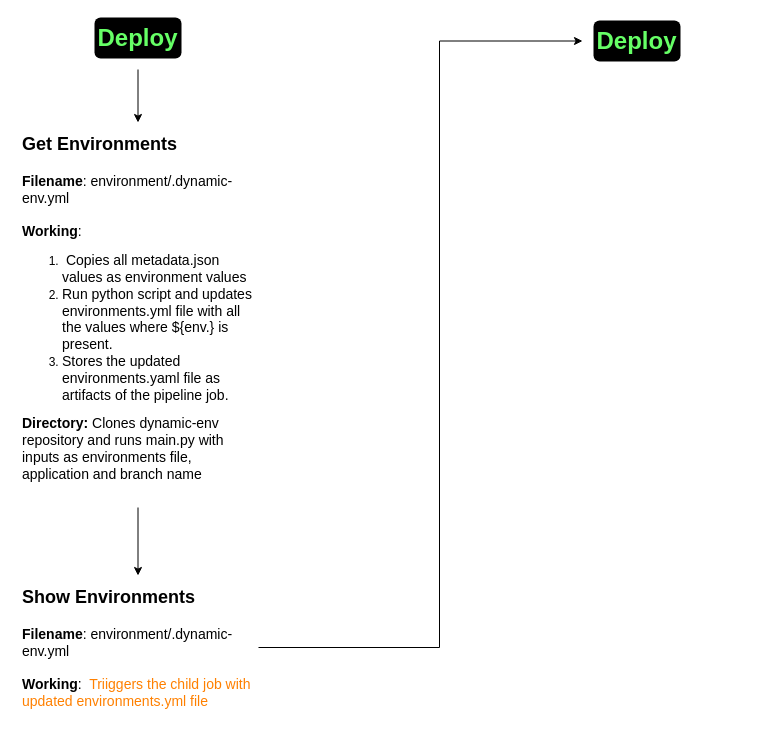
This is DeployCI.drawio from vishnu-chegondi/draw-repo, a draw.io file, before an edit. Source tidied: cells renumbered, new cells numbered last; positions are measured from the earlier drawing's top-left corner, leaving out a move shared by most shapes. Both pictures are drawn from the tidied source at 100%, with x=0, y=0 at pixel (17, 17).
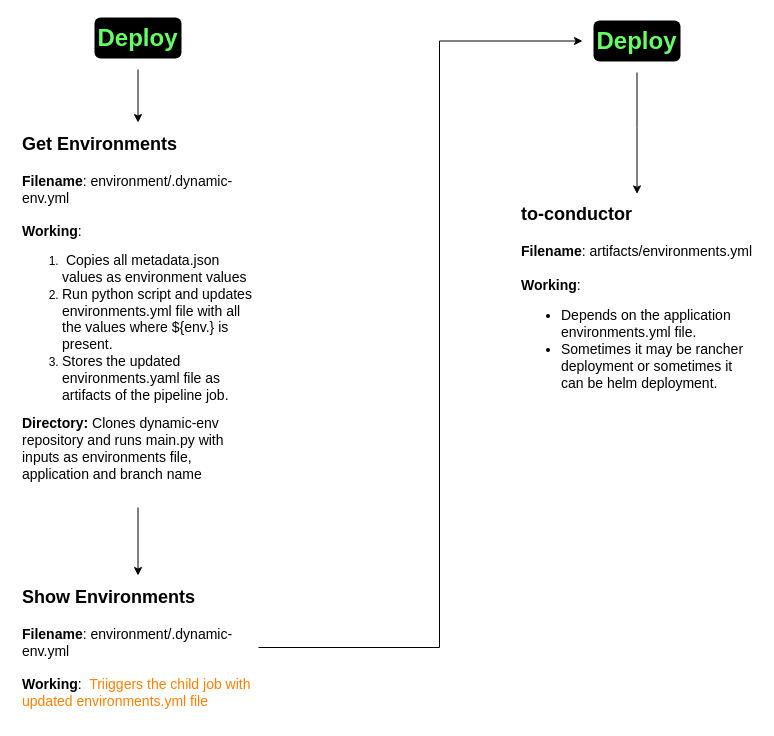
The same page after the edit.

Diff of the diagram source:
```diff
@@
 <mxGraphModel>
   <root>
     <mxCell id="0" />
     <mxCell id="1" parent="0" />
     <mxCell id="2" style="edgeStyle=orthogonalEdgeStyle;rounded=0;jettySize=auto;html=1;" parent="1" edge="1" source="3" target="5">
       <mxGeometry relative="1" as="geometry" />
     </mxCell>
     <mxCell id="3" value="&lt;font color=&quot;#66ff66&quot; style=&quot;font-size: 24px;&quot;&gt;&lt;b style=&quot;background-color: rgb(0, 0, 0);&quot;&gt;Deploy&lt;/b&gt;&lt;/font&gt;" style="text;html=1;strokeColor=none;fillColor=#000000;align=center;verticalAlign=middle;whiteSpace=wrap;rounded=1;perimeterSpacing=11;shadow=0;strokeWidth=1;dashed=1;" parent="1" vertex="1">
       <mxGeometry x="77" width="87" height="41" as="geometry" />
     </mxCell>
     <mxCell id="4" style="edgeStyle=orthogonalEdgeStyle;rounded=0;jettySize=auto;html=1;entryX=0.5;entryY=0;entryDx=0;entryDy=0;" parent="1" edge="1" source="5" target="7">
       <mxGeometry relative="1" as="geometry" />
     </mxCell>
     <mxCell id="5" value="&lt;h1&gt;&lt;span style=&quot;font-size: 18px;&quot;&gt;Get Environments&lt;/span&gt;&lt;/h1&gt;&lt;div&gt;&lt;font style=&quot;font-size: 14px;&quot;&gt;&lt;b&gt;Filename&lt;/b&gt;: environment/.dynamic-env.yml&lt;/font&gt;&lt;/div&gt;&lt;div&gt;&lt;b style=&quot;font-size: 14px; background-color: initial;&quot;&gt;&lt;br&gt;&lt;/b&gt;&lt;/div&gt;&lt;div&gt;&lt;b style=&quot;font-size: 14px; background-color: initial;&quot;&gt;Working&lt;/b&gt;&lt;span style=&quot;font-size: 14px; background-color: initial;&quot;&gt;:&lt;/span&gt;&lt;/div&gt;&lt;div&gt;&lt;ol&gt;&lt;li&gt;&lt;font style=&quot;font-size: 14px;&quot;&gt;&amp;nbsp;Copies all metadata.json values as environment values&lt;/font&gt;&lt;/li&gt;&lt;li&gt;&lt;font style=&quot;font-size: 14px;&quot;&gt;Run python script and updates environments.yml file with all the values where ${env.} is present.&lt;/font&gt;&lt;/li&gt;&lt;li&gt;&lt;font style=&quot;font-size: 14px;&quot;&gt;Stores the updated environments.yaml file as artifacts of the pipeline job.&lt;/font&gt;&lt;/li&gt;&lt;/ol&gt;&lt;/div&gt;&lt;div&gt;&lt;font style=&quot;font-size: 14px;&quot;&gt;&lt;b&gt;Directory: &lt;/b&gt;Clones dynamic-env repository and runs main.py with inputs as environments file, application and branch name&lt;br&gt;&lt;br&gt;&lt;br&gt;&lt;/font&gt;&lt;/div&gt;" style="text;html=1;strokeColor=none;fillColor=none;spacing=5;spacingTop=-20;whiteSpace=wrap;overflow=hidden;rounded=0;" parent="1" vertex="1">
       <mxGeometry y="105" width="241" height="385" as="geometry" />
     </mxCell>
     <mxCell id="6" style="edgeStyle=orthogonalEdgeStyle;rounded=0;jettySize=auto;html=1;entryX=0;entryY=0.5;entryDx=0;entryDy=0;" parent="1" edge="1" source="7" target="8">
       <mxGeometry relative="1" as="geometry">
         <Array as="points">
           <mxPoint x="422" y="630" />
           <mxPoint x="422" y="24" />
         </Array>
       </mxGeometry>
     </mxCell>
     <mxCell id="7" value="&lt;h1&gt;&lt;span style=&quot;font-size: 18px;&quot;&gt;Show Environments&lt;/span&gt;&lt;/h1&gt;&lt;div&gt;&lt;font style=&quot;font-size: 14px;&quot;&gt;&lt;b&gt;Filename&lt;/b&gt;: environment/.dynamic-env.yml&lt;/font&gt;&lt;/div&gt;&lt;div&gt;&lt;font style=&quot;font-size: 14px;&quot;&gt;&lt;br&gt;&lt;/font&gt;&lt;/div&gt;&lt;div&gt;&lt;font style=&quot;font-size: 14px;&quot;&gt;&lt;b&gt;Working&lt;/b&gt;:&amp;nbsp; &lt;font color=&quot;#ff8000&quot;&gt;Triiggers the child job with updated environments.yml file&amp;nbsp;&lt;/font&gt;&lt;/font&gt;&lt;/div&gt;&lt;div&gt;&lt;font style=&quot;font-size: 14px;&quot;&gt;&lt;br&gt;&lt;/font&gt;&lt;/div&gt;&lt;div&gt;&lt;br&gt;&lt;/div&gt;&lt;div&gt;&lt;font style=&quot;font-size: 14px;&quot;&gt;&lt;br&gt;&lt;/font&gt;&lt;/div&gt;" style="text;html=1;strokeColor=none;fillColor=none;spacing=5;spacingTop=-20;whiteSpace=wrap;overflow=hidden;rounded=0;" parent="1" vertex="1">
       <mxGeometry y="558" width="241" height="144" as="geometry" />
     </mxCell>
+    <mxCell id="9" style="edgeStyle=orthogonalEdgeStyle;rounded=0;jettySize=auto;html=1;" parent="1" edge="1" source="8">
+      <mxGeometry relative="1" as="geometry">
+        <mxPoint x="619.5" y="176.4" as="targetPoint" />
+      </mxGeometry>
+    </mxCell>
     <mxCell id="8" value="&lt;font color=&quot;#66ff66&quot; style=&quot;font-size: 24px;&quot;&gt;&lt;b style=&quot;background-color: rgb(0, 0, 0);&quot;&gt;Deploy&lt;/b&gt;&lt;/font&gt;" style="text;html=1;strokeColor=none;fillColor=#000000;align=center;verticalAlign=middle;whiteSpace=wrap;rounded=1;perimeterSpacing=11;shadow=0;strokeWidth=1;dashed=1;" parent="1" vertex="1">
       <mxGeometry x="576" y="3" width="87" height="41" as="geometry" />
     </mxCell>
+    <mxCell id="10" value="&lt;h1&gt;&lt;span style=&quot;font-size: 18px;&quot;&gt;to-conductor&lt;/span&gt;&lt;/h1&gt;&lt;div&gt;&lt;font style=&quot;font-size: 14px;&quot;&gt;&lt;b&gt;Filename&lt;/b&gt;: artifacts/environments.yml&lt;/font&gt;&lt;/div&gt;&lt;div&gt;&lt;font style=&quot;font-size: 14px;&quot;&gt;&lt;b&gt;&lt;br&gt;&lt;/b&gt;&lt;/font&gt;&lt;/div&gt;&lt;div&gt;&lt;font style=&quot;font-size: 14px;&quot;&gt;&lt;b&gt;Working&lt;/b&gt;:&amp;nbsp; &lt;br&gt;&lt;ul&gt;&lt;li&gt;&lt;font style=&quot;font-size: 14px;&quot;&gt;Depends on the application environments.yml file.&lt;br&gt;&lt;/font&gt;&lt;/li&gt;&lt;li&gt;&lt;font style=&quot;font-size: 14px;&quot;&gt;Sometimes it may be rancher deployment or sometimes it can be helm deployment.&lt;/font&gt;&lt;/li&gt;&lt;/ul&gt;&lt;br&gt;&lt;/font&gt;&lt;/div&gt;" style="text;html=1;strokeColor=none;fillColor=none;spacing=5;spacingTop=-20;whiteSpace=wrap;overflow=hidden;rounded=0;" parent="1" vertex="1">
+      <mxGeometry x="499" y="175" width="241" height="219" as="geometry" />
+    </mxCell>
   </root>
 </mxGraphModel>
```
